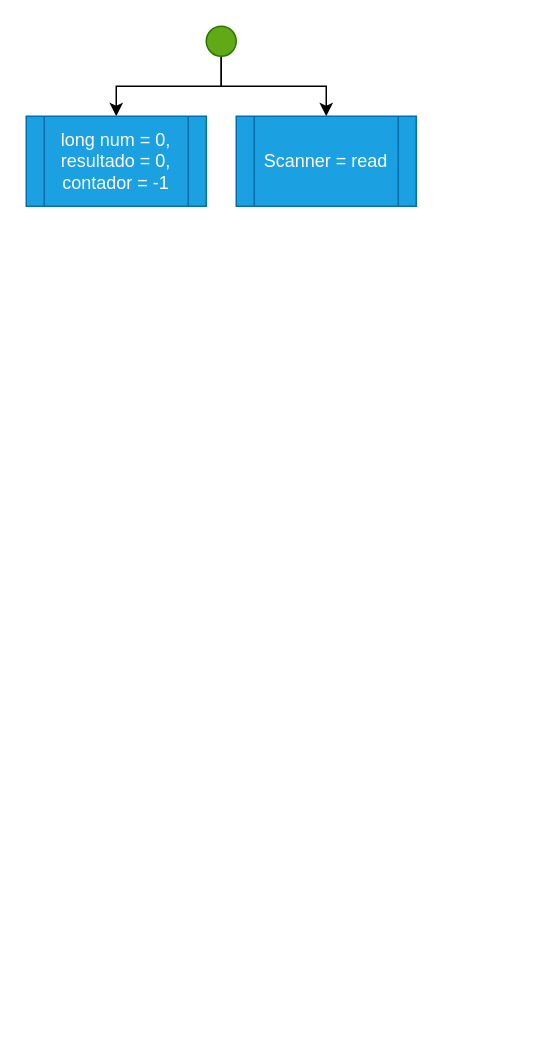
Earlier version of the draw.io diagram page "Ejercicio 3" (3 of 4) of diagramas/Diagramas.drawio (antonionavarro04/Tema3While). Source tidied: cells renumbered, new cells numbered last; positions are measured from the earlier drawing's top-left corner, leaving out a move shared by most shapes. Both pictures are drawn from the tidied source at 150%, with x=0, y=0 at pixel (26, 26).
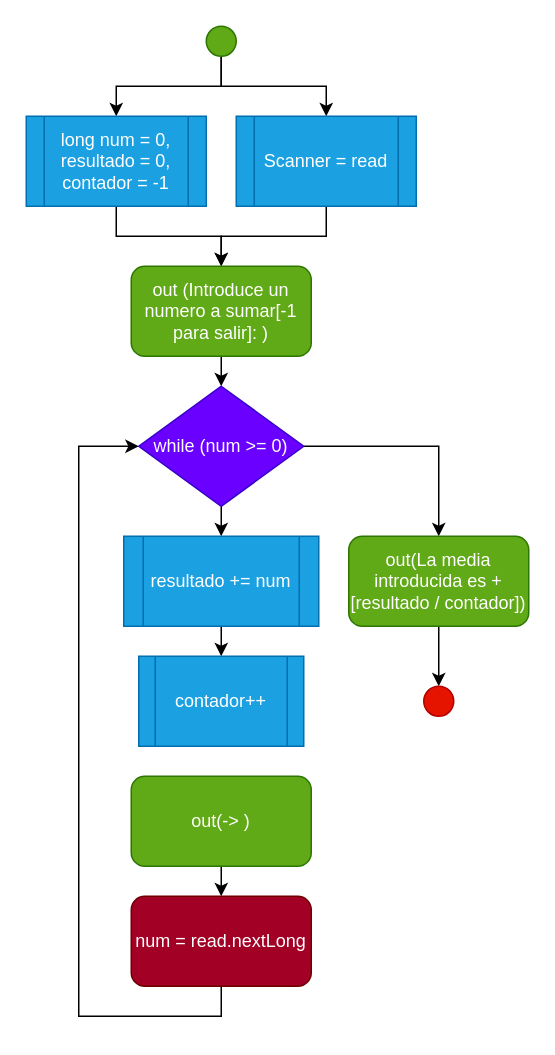
The same diagram, later.

The change refers to these unchanged cells:
```xml
<mxCell id="5" value="Scanner = read" style="shape=process;whiteSpace=wrap;html=1;backgroundOutline=1;fillColor=#1ba1e2;fontColor=#ffffff;strokeColor=#006EAF;" parent="1" vertex="1">
  <mxGeometry x="140" y="60" width="120" height="60" as="geometry" />
</mxCell>
<mxCell id="6" value="long num = 0, resultado = 0,&lt;br&gt;contador = -1" style="shape=process;whiteSpace=wrap;html=1;backgroundOutline=1;fillColor=#1ba1e2;fontColor=#ffffff;strokeColor=#006EAF;" parent="1" vertex="1">
  <mxGeometry y="60" width="120" height="60" as="geometry" />
</mxCell>
```

The edit, as a diff of the source:
```diff
@@
+    <mxCell id="7" style="edgeStyle=orthogonalEdgeStyle;rounded=0;jettySize=auto;html=1;exitX=0.5;exitY=1;exitDx=0;exitDy=0;entryX=0.5;entryY=0;entryDx=0;entryDy=0;" parent="1" edge="1" source="5" target="10">
+      <mxGeometry relative="1" as="geometry" />
+    </mxCell>
@@
+    <mxCell id="8" style="edgeStyle=orthogonalEdgeStyle;rounded=0;jettySize=auto;html=1;exitX=0.5;exitY=1;exitDx=0;exitDy=0;entryX=0.5;entryY=0;entryDx=0;entryDy=0;" parent="1" edge="1" source="6" target="10">
+      <mxGeometry relative="1" as="geometry" />
+    </mxCell>
@@
+    <mxCell id="9" style="edgeStyle=orthogonalEdgeStyle;rounded=0;jettySize=auto;html=1;exitX=0.5;exitY=1;exitDx=0;exitDy=0;entryX=0.5;entryY=0;entryDx=0;entryDy=0;" parent="1" edge="1" source="10" target="13">
+      <mxGeometry relative="1" as="geometry" />
+    </mxCell>
+    <mxCell id="10" value="out (Introduce un numero a sumar[-1 para salir]: )" style="rounded=1;whiteSpace=wrap;html=1;fillColor=#60a917;fontColor=#ffffff;strokeColor=#2D7600;" parent="1" vertex="1">
+      <mxGeometry x="70" y="160" width="120" height="60" as="geometry" />
+    </mxCell>
+    <mxCell id="11" style="edgeStyle=orthogonalEdgeStyle;rounded=0;jettySize=auto;html=1;exitX=0.5;exitY=1;exitDx=0;exitDy=0;entryX=0.5;entryY=0;entryDx=0;entryDy=0;" parent="1" edge="1" source="13" target="15">
+      <mxGeometry relative="1" as="geometry" />
+    </mxCell>
+    <mxCell id="12" style="edgeStyle=orthogonalEdgeStyle;rounded=0;jettySize=auto;html=1;exitX=1;exitY=0.5;exitDx=0;exitDy=0;entryX=0.5;entryY=0;entryDx=0;entryDy=0;" parent="1" edge="1" source="13" target="22">
+      <mxGeometry relative="1" as="geometry" />
+    </mxCell>
+    <mxCell id="13" value="while (num &amp;gt;= 0)" style="rhombus;whiteSpace=wrap;html=1;fillColor=#6a00ff;fontColor=#ffffff;strokeColor=#3700CC;" parent="1" vertex="1">
+      <mxGeometry x="75" y="240" width="110" height="80" as="geometry" />
+    </mxCell>
+    <mxCell id="14" style="edgeStyle=orthogonalEdgeStyle;rounded=0;jettySize=auto;html=1;exitX=0.5;exitY=1;exitDx=0;exitDy=0;entryX=0.5;entryY=0;entryDx=0;entryDy=0;" parent="1" edge="1" source="15" target="16">
+      <mxGeometry relative="1" as="geometry" />
+    </mxCell>
+    <mxCell id="15" value="resultado += num" style="shape=process;whiteSpace=wrap;html=1;backgroundOutline=1;fillColor=#1ba1e2;fontColor=#ffffff;strokeColor=#006EAF;" parent="1" vertex="1">
+      <mxGeometry x="65" y="340" width="130" height="60" as="geometry" />
+    </mxCell>
+    <mxCell id="16" value="contador++" style="shape=process;whiteSpace=wrap;html=1;backgroundOutline=1;fillColor=#1ba1e2;fontColor=#ffffff;strokeColor=#006EAF;" parent="1" vertex="1">
+      <mxGeometry x="75" y="420" width="110" height="60" as="geometry" />
+    </mxCell>
+    <mxCell id="17" style="edgeStyle=orthogonalEdgeStyle;rounded=0;jettySize=auto;html=1;exitX=0.5;exitY=1;exitDx=0;exitDy=0;entryX=0.5;entryY=0;entryDx=0;entryDy=0;" parent="1" edge="1" source="18" target="20">
+      <mxGeometry relative="1" as="geometry" />
+    </mxCell>
+    <mxCell id="18" value="out(-&amp;gt; )" style="rounded=1;whiteSpace=wrap;html=1;fillColor=#60a917;fontColor=#ffffff;strokeColor=#2D7600;" parent="1" vertex="1">
+      <mxGeometry x="70" y="500" width="120" height="60" as="geometry" />
+    </mxCell>
+    <mxCell id="19" style="edgeStyle=orthogonalEdgeStyle;rounded=0;jettySize=auto;html=1;exitX=0.5;exitY=1;exitDx=0;exitDy=0;entryX=0;entryY=0.5;entryDx=0;entryDy=0;" parent="1" edge="1" source="20" target="13">
+      <mxGeometry relative="1" as="geometry">
+        <Array as="points">
+          <mxPoint x="130" y="660" />
+          <mxPoint x="35" y="660" />
+          <mxPoint x="35" y="280" />
+        </Array>
+      </mxGeometry>
+    </mxCell>
+    <mxCell id="20" value="num = read.nextLong" style="rounded=1;whiteSpace=wrap;html=1;fillColor=#a20025;fontColor=#ffffff;strokeColor=#6F0000;" parent="1" vertex="1">
+      <mxGeometry x="70" y="580" width="120" height="60" as="geometry" />
+    </mxCell>
+    <mxCell id="21" style="edgeStyle=orthogonalEdgeStyle;rounded=0;jettySize=auto;html=1;exitX=0.5;exitY=1;exitDx=0;exitDy=0;entryX=0.5;entryY=0;entryDx=0;entryDy=0;" parent="1" edge="1" source="22" target="23">
+      <mxGeometry relative="1" as="geometry" />
+    </mxCell>
+    <mxCell id="22" value="out(La media introducida es + [resultado / contador])" style="rounded=1;whiteSpace=wrap;html=1;fillColor=#60a917;fontColor=#ffffff;strokeColor=#2D7600;" parent="1" vertex="1">
+      <mxGeometry x="215" y="340" width="120" height="60" as="geometry" />
+    </mxCell>
+    <mxCell id="23" style="ellipse;whiteSpace=wrap;html=1;fillColor=#e51400;fontColor=#ffffff;strokeColor=#B20000;" parent="1" vertex="1">
+      <mxGeometry x="265" y="440" width="20" height="20" as="geometry" />
+    </mxCell>
```
